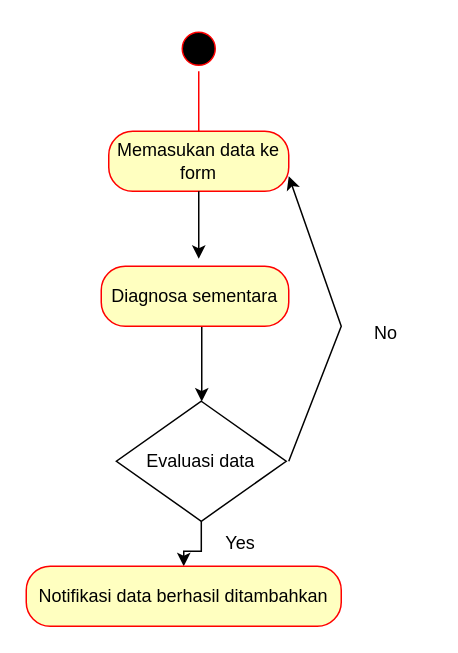
mahesri/uml_ads_sms3 keeps this draw.io diagram as Mini-Proj/Activity Entry Form.drawio. Above is the earlier version. Source tidied: cells renumbered, new cells numbered last; positions are measured from the earlier drawing's top-left corner, leaving out a move shared by most shapes. Both pictures are drawn from the tidied source at 150%, with x=0, y=0 at pixel (26, 26).
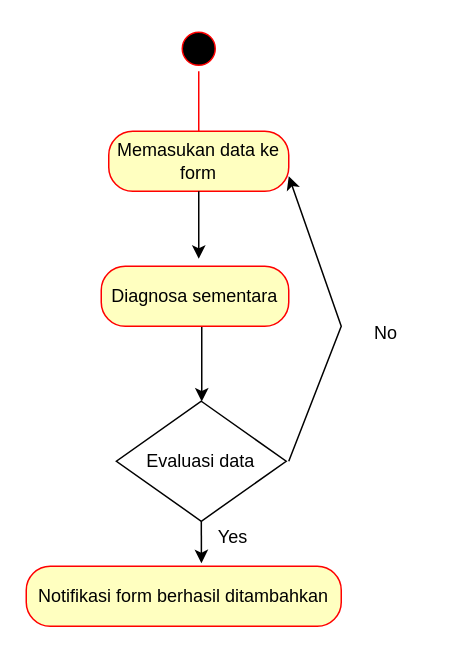
The same diagram, later.

What changed in the source:
```diff
@@
 <mxGraphModel>
   <root>
     <mxCell id="0" />
     <mxCell id="1" parent="0" />
     <mxCell id="2" style="ellipse;html=1;shape=startState;fillColor=#000000;strokeColor=#ff0000;" parent="1" vertex="1">
       <mxGeometry x="100" width="30" height="30" as="geometry" />
     </mxCell>
     <mxCell id="3" style="edgeStyle=orthogonalEdgeStyle;html=1;verticalAlign=bottom;endArrow=open;endSize=8;strokeColor=#ff0000;rounded=0;" parent="1" edge="1" source="2">
       <mxGeometry relative="1" as="geometry">
         <mxPoint x="115" y="90" as="targetPoint" />
       </mxGeometry>
     </mxCell>
     <mxCell id="4" value="Memasukan data ke form" style="rounded=1;whiteSpace=wrap;html=1;arcSize=40;fontColor=#000000;fillColor=#ffffc0;strokeColor=#ff0000;" parent="1" vertex="1">
       <mxGeometry x="55" y="70" width="120" height="40" as="geometry" />
     </mxCell>
     <mxCell id="5" style="edgeStyle=orthogonalEdgeStyle;rounded=0;jettySize=auto;html=1;" parent="1" edge="1" source="4">
       <mxGeometry relative="1" as="geometry">
         <mxPoint x="115" y="155" as="targetPoint" />
       </mxGeometry>
     </mxCell>
     <mxCell id="6" style="edgeStyle=orthogonalEdgeStyle;rounded=0;jettySize=auto;html=1;" parent="1" edge="1" source="7" target="9">
       <mxGeometry relative="1" as="geometry">
         <Array as="points">
           <mxPoint x="117" y="220" />
           <mxPoint x="117" y="220" />
         </Array>
       </mxGeometry>
     </mxCell>
     <mxCell id="7" value="Diagnosa sementara" style="rounded=1;whiteSpace=wrap;html=1;arcSize=40;fontColor=#000000;fillColor=#ffffc0;strokeColor=#ff0000;" parent="1" vertex="1">
       <mxGeometry x="50" y="160" width="125" height="40" as="geometry" />
     </mxCell>
-    <mxCell id="8" style="edgeStyle=orthogonalEdgeStyle;rounded=0;jettySize=auto;html=1;" parent="1" edge="1" source="9" target="11">
-      <mxGeometry relative="1" as="geometry" />
-    </mxCell>
     <mxCell id="9" value="Evaluasi data" style="rhombus;whiteSpace=wrap;html=1;" parent="1" vertex="1">
       <mxGeometry x="60.1" y="250" width="113.2" height="80" as="geometry" />
     </mxCell>
     <mxCell id="10" style="endArrow=classic;html=1;rounded=0;entryX=1;entryY=0.75;entryDx=0;entryDy=0;" parent="1" edge="1" target="4">
       <mxGeometry relative="1" as="geometry">
         <mxPoint x="175" y="290" as="sourcePoint" />
         <Array as="points">
           <mxPoint x="210" y="200" />
         </Array>
       </mxGeometry>
     </mxCell>
-    <mxCell id="11" value="Notifikasi data berhasil ditambahkan" style="rounded=1;whiteSpace=wrap;html=1;arcSize=40;fontColor=#000000;fillColor=#ffffc0;strokeColor=#ff0000;" parent="1" vertex="1">
+    <mxCell id="11" value="Notifikasi form berhasil ditambahkan" style="rounded=1;whiteSpace=wrap;html=1;arcSize=40;fontColor=#000000;fillColor=#ffffc0;strokeColor=#ff0000;" parent="1" vertex="1">
       <mxGeometry y="360" width="210" height="40" as="geometry" />
     </mxCell>
     <mxCell id="12" value="No" style="text;html=1;align=center;verticalAlign=middle;whiteSpace=wrap;rounded=0;" parent="1" vertex="1">
       <mxGeometry x="210" y="190" width="60" height="30" as="geometry" />
     </mxCell>
+    <mxCell id="14" style="endArrow=classic;html=1;rounded=0;entryX=0.03;entryY=0.932;entryDx=0;entryDy=0;entryPerimeter=0;exitX=0.5;exitY=1;exitDx=0;exitDy=0;" parent="1" edge="1" source="9">
+      <mxGeometry relative="1" as="geometry">
+        <mxPoint x="116.8" y="358" as="targetPoint" />
+      </mxGeometry>
+    </mxCell>
     <mxCell id="13" value="Yes" style="text;html=1;align=center;verticalAlign=middle;whiteSpace=wrap;rounded=0;" parent="1" vertex="1">
-      <mxGeometry x="113.4" y="330" width="60" height="30" as="geometry" />
+      <mxGeometry x="108" y="326" width="60" height="30" as="geometry" />
     </mxCell>
   </root>
 </mxGraphModel>
```
